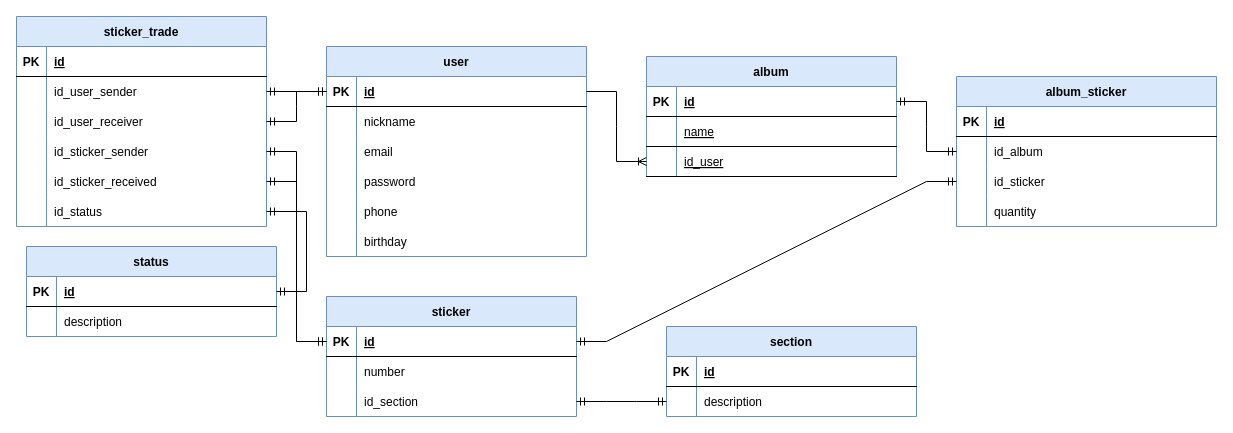
Above: src/main/resources/database/sc-trade-db.drawio in mateusmsc/api-sc-trade (draw.io), before the change. Source tidied: cells renumbered, new cells numbered last; positions are measured from the earlier drawing's top-left corner, leaving out a move shared by most shapes. Both pictures are drawn from the tidied source at 100%, with x=0, y=0 at pixel (16, 16).
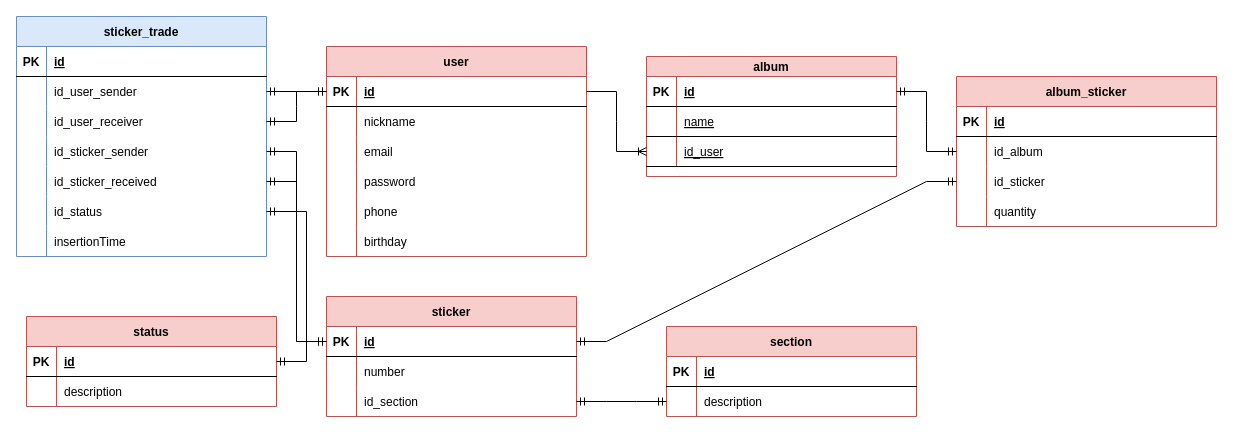
Above is the later version.

Change to the diagram source:
```diff
@@
-    <mxCell id="2" value="sticker" style="shape=table;startSize=30;childLayout=tableLayout;rowLines=0;fontStyle=1;align=center;fillColor=#dae8fc;strokeColor=#6c8ebf;" parent="1" vertex="1">
+    <mxCell id="2" value="sticker" style="shape=table;startSize=30;childLayout=tableLayout;rowLines=0;fontStyle=1;align=center;fillColor=#f8cecc;strokeColor=#b85450;" parent="1" vertex="1">
       <mxGeometry x="310" y="280" width="250" height="120" as="geometry" />
     </mxCell>
@@
-    <mxCell id="12" value="album" style="shape=table;startSize=30;childLayout=tableLayout;rowLines=0;fontStyle=1;align=center;fillColor=#dae8fc;strokeColor=#6c8ebf;" parent="1" vertex="1">
+    <mxCell id="12" value="album" style="shape=table;startSize=20;childLayout=tableLayout;rowLines=0;fontStyle=1;align=center;fillColor=#f8cecc;strokeColor=#b85450;" parent="1" vertex="1">
       <mxGeometry x="630" y="40" width="250" height="120" as="geometry" />
     </mxCell>
     <mxCell id="13" style="shape=partialRectangle;fillColor=none;points=[[0,0.5],[1,0.5]];portConstraint=eastwest;top=0;left=0;right=0;bottom=1;" parent="12" vertex="1">
-      <mxGeometry y="30" width="250" height="30" as="geometry" />
+      <mxGeometry y="20" width="250" height="30" as="geometry" />
     </mxCell>
@@
     <mxCell id="16" style="shape=partialRectangle;fillColor=none;top=0;left=0;right=0;bottom=1;" parent="12" vertex="1">
-      <mxGeometry y="60" width="250" height="30" as="geometry" />
+      <mxGeometry y="50" width="250" height="30" as="geometry" />
     </mxCell>
@@
     <mxCell id="19" style="shape=partialRectangle;fillColor=none;points=[[0,0.5],[1,0.5]];portConstraint=eastwest;top=0;left=0;right=0;bottom=1;" parent="12" vertex="1">
-      <mxGeometry y="90" width="250" height="30" as="geometry" />
+      <mxGeometry y="80" width="250" height="30" as="geometry" />
     </mxCell>
@@
-    <mxCell id="22" value="user" style="shape=table;startSize=30;childLayout=tableLayout;rowLines=0;fontStyle=1;align=center;fillColor=#dae8fc;strokeColor=#6c8ebf;" parent="1" vertex="1">
+    <mxCell id="22" value="user" style="shape=table;startSize=30;childLayout=tableLayout;rowLines=0;fontStyle=1;align=center;fillColor=#f8cecc;strokeColor=#b85450;" parent="1" vertex="1">
       <mxGeometry x="310" y="30" width="260" height="210" as="geometry" />
     </mxCell>
@@
-    <mxCell id="41" value="album_sticker" style="shape=table;startSize=30;childLayout=tableLayout;rowLines=0;fontStyle=1;align=center;fillColor=#dae8fc;strokeColor=#6c8ebf;" parent="1" vertex="1">
+    <mxCell id="41" value="album_sticker" style="shape=table;startSize=30;childLayout=tableLayout;rowLines=0;fontStyle=1;align=center;fillColor=#f8cecc;strokeColor=#b85450;" parent="1" vertex="1">
       <mxGeometry x="940" y="60" width="260" height="150" as="geometry" />
     </mxCell>
@@
     <mxCell id="57" value="sticker_trade" style="shape=table;startSize=30;childLayout=tableLayout;rowLines=0;fontStyle=1;align=center;fillColor=#dae8fc;strokeColor=#6c8ebf;" parent="1" vertex="1">
-      <mxGeometry width="250" height="210" as="geometry" />
+      <mxGeometry width="250" height="240" as="geometry" />
     </mxCell>
@@
+    <mxCell id="96" style="shape=partialRectangle;fillColor=none;top=0;left=0;right=0;bottom=0;" parent="57" vertex="1">
+      <mxGeometry y="210" width="250" height="30" as="geometry" />
+    </mxCell>
+    <mxCell id="97" style="shape=partialRectangle;overflow=hidden;fillColor=none;top=0;left=0;bottom=0;right=0;" parent="96" vertex="1">
+      <mxGeometry width="30" height="30" as="geometry" />
+    </mxCell>
+    <mxCell id="98" value="insertionTime" style="shape=partialRectangle;overflow=hidden;fillColor=none;top=0;left=0;bottom=0;right=0;align=left;spacingLeft=6;" parent="96" vertex="1">
+      <mxGeometry x="30" width="220" height="30" as="geometry" />
+    </mxCell>
@@
-    <mxCell id="78" value="section" style="shape=table;startSize=30;childLayout=tableLayout;rowLines=0;fontStyle=1;align=center;fillColor=#dae8fc;strokeColor=#6c8ebf;" parent="1" vertex="1">
+    <mxCell id="78" value="section" style="shape=table;startSize=30;childLayout=tableLayout;rowLines=0;fontStyle=1;align=center;fillColor=#f8cecc;strokeColor=#b85450;" parent="1" vertex="1">
       <mxGeometry x="650" y="310" width="250" height="90" as="geometry" />
     </mxCell>
@@
-    <mxCell id="86" value="status" style="shape=table;startSize=30;childLayout=tableLayout;rowLines=0;fontStyle=1;align=center;fillColor=#dae8fc;strokeColor=#6c8ebf;" parent="1" vertex="1">
-      <mxGeometry x="10" y="230" width="250" height="90" as="geometry" />
+    <mxCell id="86" value="status" style="shape=table;startSize=30;childLayout=tableLayout;rowLines=0;fontStyle=1;align=center;fillColor=#f8cecc;strokeColor=#b85450;" parent="1" vertex="1">
+      <mxGeometry x="10" y="300" width="250" height="90" as="geometry" />
     </mxCell>
```
